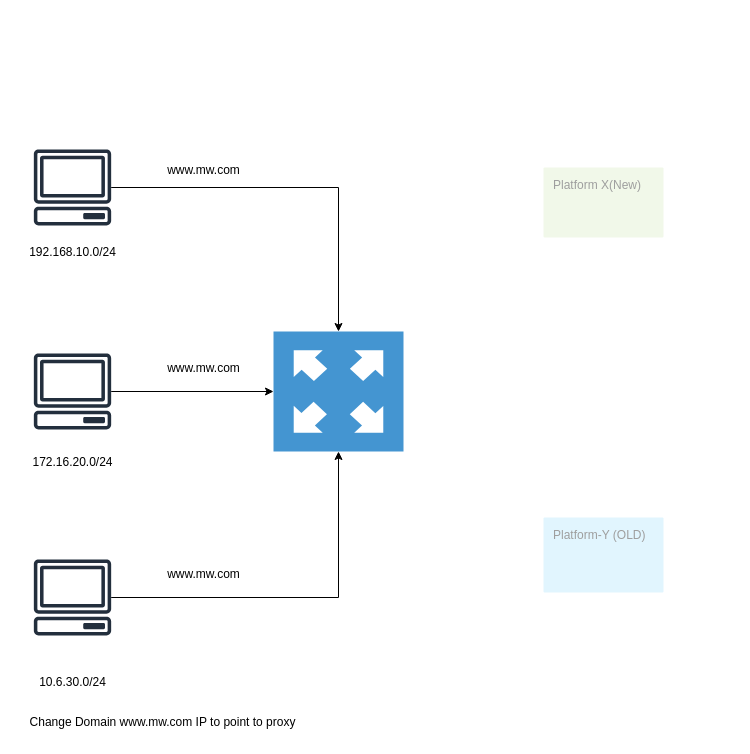
Before: proxy Diagram.drawio in nofal82/cocorico, a draw.io diagram. Source tidied: cells renumbered, new cells numbered last; positions are measured from the earlier drawing's top-left corner, leaving out a move shared by most shapes. Both pictures are drawn from the tidied source at 100%, with x=0, y=0 at pixel (17, 149).
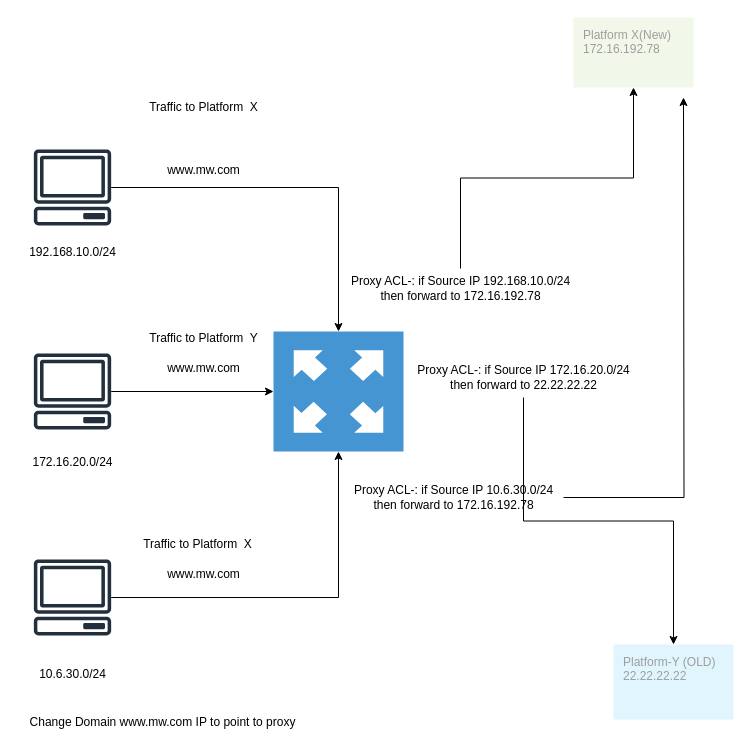
After the change.

The edit, as a diff of the source:
```diff
@@
-    <mxCell id="3" value="Platform X(New)" style="sketch=0;points=[[0,0,0],[0.25,0,0],[0.5,0,0],[0.75,0,0],[1,0,0],[1,0.25,0],[1,0.5,0],[1,0.75,0],[1,1,0],[0.75,1,0],[0.5,1,0],[0.25,1,0],[0,1,0],[0,0.75,0],[0,0.5,0],[0,0.25,0]];rounded=1;absoluteArcSize=1;arcSize=2;html=1;strokeColor=none;gradientColor=none;shadow=0;dashed=0;fontSize=12;fontColor=#9E9E9E;align=left;verticalAlign=top;spacing=10;spacingTop=-4;whiteSpace=wrap;fillColor=#F1F8E9;" parent="1" vertex="1">
-      <mxGeometry x="526" y="18" width="120" height="70" as="geometry" />
+    <mxCell id="3" value="Platform X(New)&lt;br&gt;172.16.192.78" style="sketch=0;points=[[0,0,0],[0.25,0,0],[0.5,0,0],[0.75,0,0],[1,0,0],[1,0.25,0],[1,0.5,0],[1,0.75,0],[1,1,0],[0.75,1,0],[0.5,1,0],[0.25,1,0],[0,1,0],[0,0.75,0],[0,0.5,0],[0,0.25,0]];rounded=1;absoluteArcSize=1;arcSize=2;html=1;strokeColor=none;gradientColor=none;shadow=0;dashed=0;fontSize=12;fontColor=#9E9E9E;align=left;verticalAlign=top;spacing=10;spacingTop=-4;whiteSpace=wrap;fillColor=#F1F8E9;" parent="1" vertex="1">
+      <mxGeometry x="556" y="-132" width="120" height="70" as="geometry" />
     </mxCell>
-    <mxCell id="4" value="Platform-Y (OLD)" style="sketch=0;points=[[0,0,0],[0.25,0,0],[0.5,0,0],[0.75,0,0],[1,0,0],[1,0.25,0],[1,0.5,0],[1,0.75,0],[1,1,0],[0.75,1,0],[0.5,1,0],[0.25,1,0],[0,1,0],[0,0.75,0],[0,0.5,0],[0,0.25,0]];rounded=1;absoluteArcSize=1;arcSize=2;html=1;strokeColor=none;gradientColor=none;shadow=0;dashed=0;fontSize=12;fontColor=#9E9E9E;align=left;verticalAlign=top;spacing=10;spacingTop=-4;whiteSpace=wrap;fillColor=#E1F5FE;" parent="1" vertex="1">
-      <mxGeometry x="526" y="368" width="120" height="75" as="geometry" />
+    <mxCell id="4" value="Platform-Y (OLD)&lt;br&gt;22.22.22.22" style="sketch=0;points=[[0,0,0],[0.25,0,0],[0.5,0,0],[0.75,0,0],[1,0,0],[1,0.25,0],[1,0.5,0],[1,0.75,0],[1,1,0],[0.75,1,0],[0.5,1,0],[0.25,1,0],[0,1,0],[0,0.75,0],[0,0.5,0],[0,0.25,0]];rounded=1;absoluteArcSize=1;arcSize=2;html=1;strokeColor=none;gradientColor=none;shadow=0;dashed=0;fontSize=12;fontColor=#9E9E9E;align=left;verticalAlign=top;spacing=10;spacingTop=-4;whiteSpace=wrap;fillColor=#E1F5FE;" parent="1" vertex="1">
+      <mxGeometry x="596" y="495" width="120" height="75" as="geometry" />
     </mxCell>
@@
     <mxCell id="13" value="10.6.30.0/24" style="text;html=1;align=center;verticalAlign=middle;strokeColor=none;fillColor=none;" parent="1" vertex="1">
-      <mxGeometry x="10" y="518" width="90" height="30" as="geometry" />
+      <mxGeometry x="10" y="510" width="90" height="30" as="geometry" />
     </mxCell>
@@
+    <mxCell id="18" style="edgeStyle=orthogonalEdgeStyle;rounded=0;jettySize=auto;html=1;entryX=0.5;entryY=1;entryDx=0;entryDy=0;entryPerimeter=0;" parent="1" edge="1" source="19" target="3">
+      <mxGeometry relative="1" as="geometry" />
+    </mxCell>
+    <mxCell id="19" value="Proxy ACL-: if Source IP 192.168.10.0/24 &lt;br&gt;then forward to&amp;nbsp;172.16.192.78" style="text;html=1;align=center;verticalAlign=middle;points=[];strokeColor=none;fillColor=none;" parent="1" vertex="1">
+      <mxGeometry x="323" y="119" width="240" height="40" as="geometry" />
+    </mxCell>
+    <mxCell id="20" value="Traffic to&amp;nbsp;Platform&amp;nbsp;&amp;nbsp;X" style="text;html=1;align=center;verticalAlign=middle;strokeColor=none;fillColor=none;" parent="1" vertex="1">
+      <mxGeometry x="121" y="-57" width="130" height="30" as="geometry" />
+    </mxCell>
+    <mxCell id="21" style="edgeStyle=orthogonalEdgeStyle;rounded=0;jettySize=auto;html=1;entryX=0.5;entryY=0;entryDx=0;entryDy=0;entryPerimeter=0;" parent="1" edge="1" source="22" target="4">
+      <mxGeometry relative="1" as="geometry" />
+    </mxCell>
+    <mxCell id="22" value="Proxy ACL-: if Source IP 172.16.20.0/24 &lt;br&gt;then forward to&amp;nbsp;22.22.22.22" style="text;html=1;align=center;verticalAlign=middle;points=[];strokeColor=none;fillColor=none;" parent="1" vertex="1">
+      <mxGeometry x="386" y="208" width="240" height="40" as="geometry" />
+    </mxCell>
+    <mxCell id="23" style="edgeStyle=orthogonalEdgeStyle;rounded=0;jettySize=auto;html=1;" parent="1" edge="1" source="24">
+      <mxGeometry relative="1" as="geometry">
+        <mxPoint x="666" y="-52" as="targetPoint" />
+      </mxGeometry>
+    </mxCell>
+    <mxCell id="24" value="Proxy ACL-: if Source IP 10.6.30.0/24 &lt;br&gt;then forward to&amp;nbsp;172.16.192.78" style="text;html=1;align=center;verticalAlign=middle;points=[];strokeColor=none;fillColor=none;" parent="1" vertex="1">
+      <mxGeometry x="326" y="328" width="220" height="40" as="geometry" />
+    </mxCell>
+    <mxCell id="25" value="Traffic to&amp;nbsp;Platform&amp;nbsp;&amp;nbsp;X" style="text;html=1;align=center;verticalAlign=middle;strokeColor=none;fillColor=none;" parent="1" vertex="1">
+      <mxGeometry x="115" y="380" width="130" height="30" as="geometry" />
+    </mxCell>
+    <mxCell id="26" value="Traffic to&amp;nbsp;Platform&amp;nbsp; Y" style="text;html=1;align=center;verticalAlign=middle;strokeColor=none;fillColor=none;" parent="1" vertex="1">
+      <mxGeometry x="121" y="174" width="130" height="30" as="geometry" />
+    </mxCell>
```
